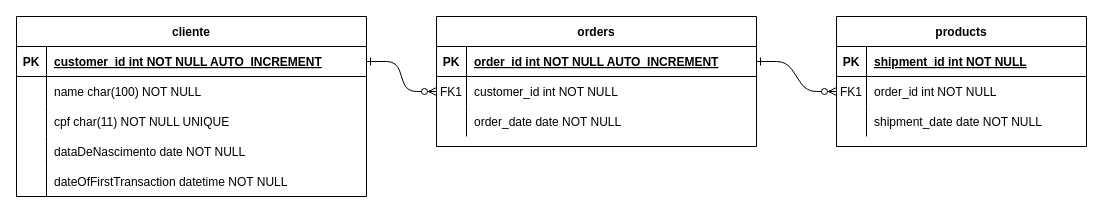
Earlier version of the draw.io diagram Untitled Diagram.drawio (wallysonruan/own-ecommerce). Source tidied: cells renumbered, new cells numbered last; positions are measured from the earlier drawing's top-left corner, leaving out a move shared by most shapes. Both pictures are drawn from the tidied source at 100%, with x=0, y=0 at pixel (16, 16).
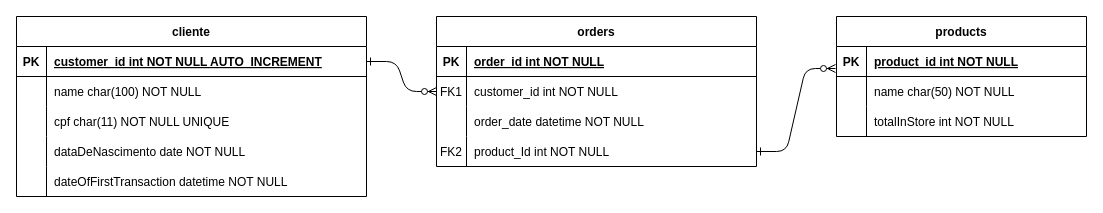
After the change.

The change refers to these unchanged cells:
```xml
<mxCell id="5" style="shape=partialRectangle;fillColor=none;points=[[0,0.5],[1,0.5]];portConstraint=eastwest;top=0;left=0;right=0;bottom=1;" parent="4" vertex="1">
  <mxGeometry y="30" width="320" height="30" as="geometry" />
</mxCell>
<mxCell id="11" style="shape=partialRectangle;fillColor=none;top=0;left=0;right=0;bottom=0;" parent="4" vertex="1">
  <mxGeometry y="90" width="320" height="30" as="geometry" />
</mxCell>
<mxCell id="15" style="shape=partialRectangle;fillColor=none;points=[[0,0.5],[1,0.5]];portConstraint=eastwest;top=0;left=0;right=0;bottom=1;" parent="14" vertex="1">
  <mxGeometry y="30" width="250" height="30" as="geometry" />
</mxCell>
<mxCell id="18" style="shape=partialRectangle;fillColor=none;points=[[0,0.5],[1,0.5]];portConstraint=eastwest;top=0;left=0;right=0;bottom=0;" parent="14" vertex="1">
  <mxGeometry y="60" width="250" height="30" as="geometry" />
</mxCell>
<mxCell id="21" style="shape=partialRectangle;fillColor=none;top=0;left=0;right=0;bottom=0;" parent="14" vertex="1">
  <mxGeometry y="90" width="250" height="30" as="geometry" />
</mxCell>
```

Diff of the diagram source:
```diff
@@
-    <mxCell id="3" style="edgeStyle=entityRelationEdgeStyle;endArrow=ERzeroToMany;startArrow=ERone;endFill=1;startFill=0;" parent="1" edge="1" source="5" target="18">
-      <mxGeometry relative="1" as="geometry" />
-    </mxCell>
     <mxCell id="4" value="orders" style="shape=table;startSize=30;childLayout=tableLayout;rowLines=0;fontStyle=1;align=center;" parent="1" vertex="1">
-      <mxGeometry x="420" width="320" height="130" as="geometry" />
+      <mxGeometry x="420" width="320" height="150" as="geometry" />
     </mxCell>
@@
-    <mxCell id="7" value="order_id int NOT NULL AUTO_INCREMENT" style="shape=partialRectangle;overflow=hidden;fillColor=none;top=0;left=0;bottom=0;right=0;align=left;spacingLeft=6;fontStyle=5;" parent="5" vertex="1">
+    <mxCell id="7" value="order_id int NOT NULL" style="shape=partialRectangle;overflow=hidden;fillColor=none;top=0;left=0;bottom=0;right=0;align=left;spacingLeft=6;fontStyle=5;" parent="5" vertex="1">
       <mxGeometry x="30" width="290" height="30" as="geometry" />
     </mxCell>
@@
-    <mxCell id="13" value="order_date date NOT NULL" style="shape=partialRectangle;overflow=hidden;fillColor=none;top=0;left=0;bottom=0;right=0;align=left;spacingLeft=6;" parent="11" vertex="1">
+    <mxCell id="13" value="order_date datetime NOT NULL" style="shape=partialRectangle;overflow=hidden;fillColor=none;top=0;left=0;bottom=0;right=0;align=left;spacingLeft=6;" parent="11" vertex="1">
       <mxGeometry x="30" width="290" height="30" as="geometry" />
     </mxCell>
+    <mxCell id="40" style="shape=partialRectangle;fillColor=none;points=[[0,0.5],[1,0.5]];portConstraint=eastwest;top=0;left=0;right=0;bottom=0;" parent="4" vertex="1">
+      <mxGeometry y="120" width="320" height="30" as="geometry" />
+    </mxCell>
+    <mxCell id="41" value="FK2" style="shape=partialRectangle;overflow=hidden;fillColor=none;top=0;left=0;bottom=0;right=0;" parent="40" vertex="1">
+      <mxGeometry width="30" height="30" as="geometry" />
+    </mxCell>
+    <mxCell id="42" value="product_Id int NOT NULL" style="shape=partialRectangle;overflow=hidden;fillColor=none;top=0;left=0;bottom=0;right=0;align=left;spacingLeft=6;" parent="40" vertex="1">
+      <mxGeometry x="30" width="290" height="30" as="geometry" />
+    </mxCell>
     <mxCell id="14" value="products" style="shape=table;startSize=30;childLayout=tableLayout;rowLines=0;fontStyle=1;align=center;" parent="1" vertex="1">
-      <mxGeometry x="820" width="250" height="130" as="geometry" />
+      <mxGeometry x="820" width="250" height="120" as="geometry" />
     </mxCell>
@@
-    <mxCell id="17" value="shipment_id int NOT NULL " style="shape=partialRectangle;overflow=hidden;fillColor=none;top=0;left=0;bottom=0;right=0;align=left;spacingLeft=6;fontStyle=5;" parent="15" vertex="1">
+    <mxCell id="17" value="product_id int NOT NULL " style="shape=partialRectangle;overflow=hidden;fillColor=none;top=0;left=0;bottom=0;right=0;align=left;spacingLeft=6;fontStyle=5;" parent="15" vertex="1">
       <mxGeometry x="30" width="220" height="30" as="geometry" />
     </mxCell>
@@
-    <mxCell id="19" value="FK1" style="shape=partialRectangle;overflow=hidden;fillColor=none;top=0;left=0;bottom=0;right=0;" parent="18" vertex="1">
+    <mxCell id="19" style="shape=partialRectangle;overflow=hidden;fillColor=none;top=0;left=0;bottom=0;right=0;" parent="18" vertex="1">
       <mxGeometry width="30" height="30" as="geometry" />
     </mxCell>
-    <mxCell id="20" value="order_id int NOT NULL" style="shape=partialRectangle;overflow=hidden;fillColor=none;top=0;left=0;bottom=0;right=0;align=left;spacingLeft=6;" parent="18" vertex="1">
+    <mxCell id="20" value="name char(50) NOT NULL" style="shape=partialRectangle;overflow=hidden;fillColor=none;top=0;left=0;bottom=0;right=0;align=left;spacingLeft=6;" parent="18" vertex="1">
       <mxGeometry x="30" width="220" height="30" as="geometry" />
     </mxCell>
@@
-    <mxCell id="23" value="shipment_date date NOT NULL" style="shape=partialRectangle;overflow=hidden;fillColor=none;top=0;left=0;bottom=0;right=0;align=left;spacingLeft=6;" parent="21" vertex="1">
+    <mxCell id="23" value="totalInStore int NOT NULL" style="shape=partialRectangle;overflow=hidden;fillColor=none;top=0;left=0;bottom=0;right=0;align=left;spacingLeft=6;" parent="21" vertex="1">
       <mxGeometry x="30" width="220" height="30" as="geometry" />
     </mxCell>
@@
+    <mxCell id="43" style="edgeStyle=entityRelationEdgeStyle;endArrow=ERzeroToMany;startArrow=ERone;endFill=1;startFill=0;exitX=1;exitY=0.5;exitDx=0;exitDy=0;entryX=-0.004;entryY=0.733;entryDx=0;entryDy=0;entryPerimeter=0;" parent="1" edge="1" source="40" target="15">
+      <mxGeometry relative="1" as="geometry" />
+    </mxCell>
```
